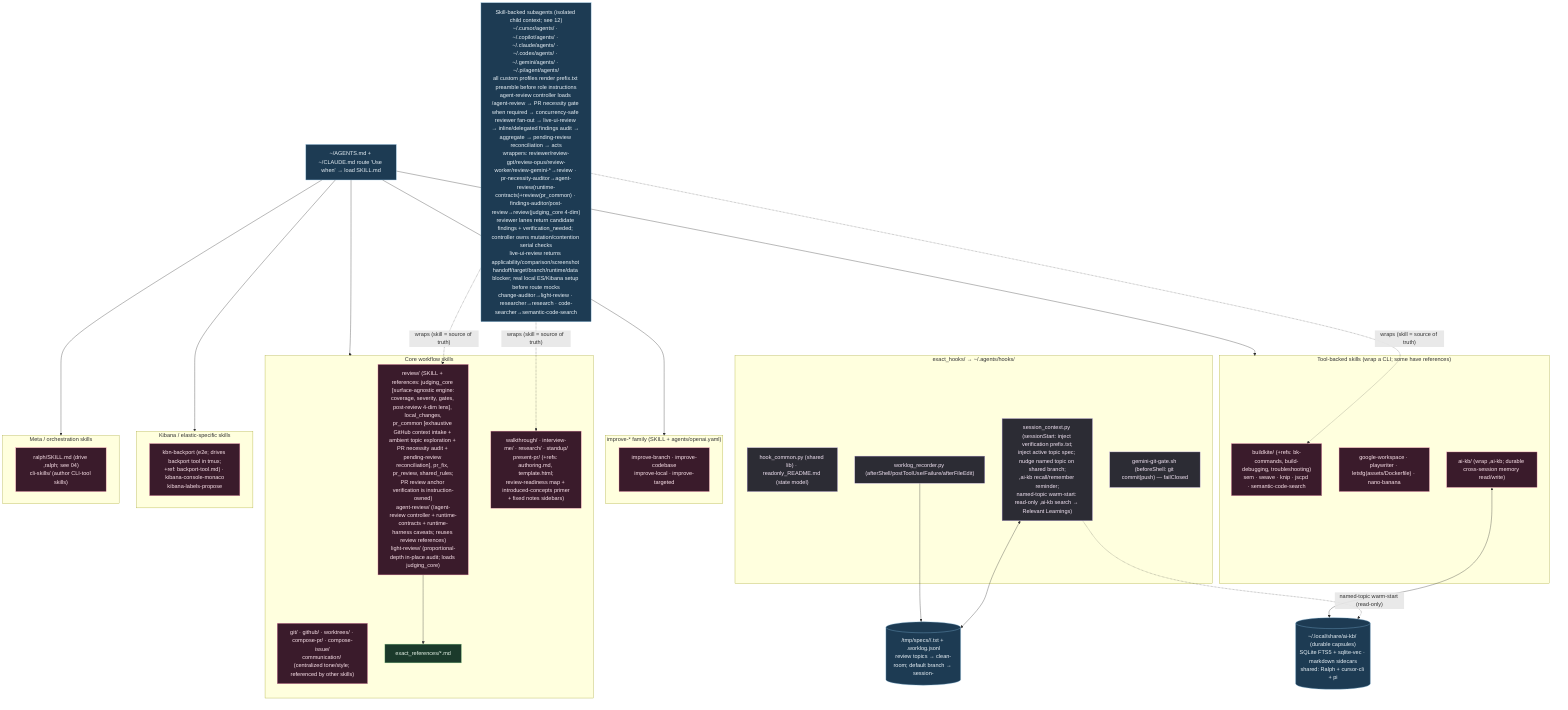
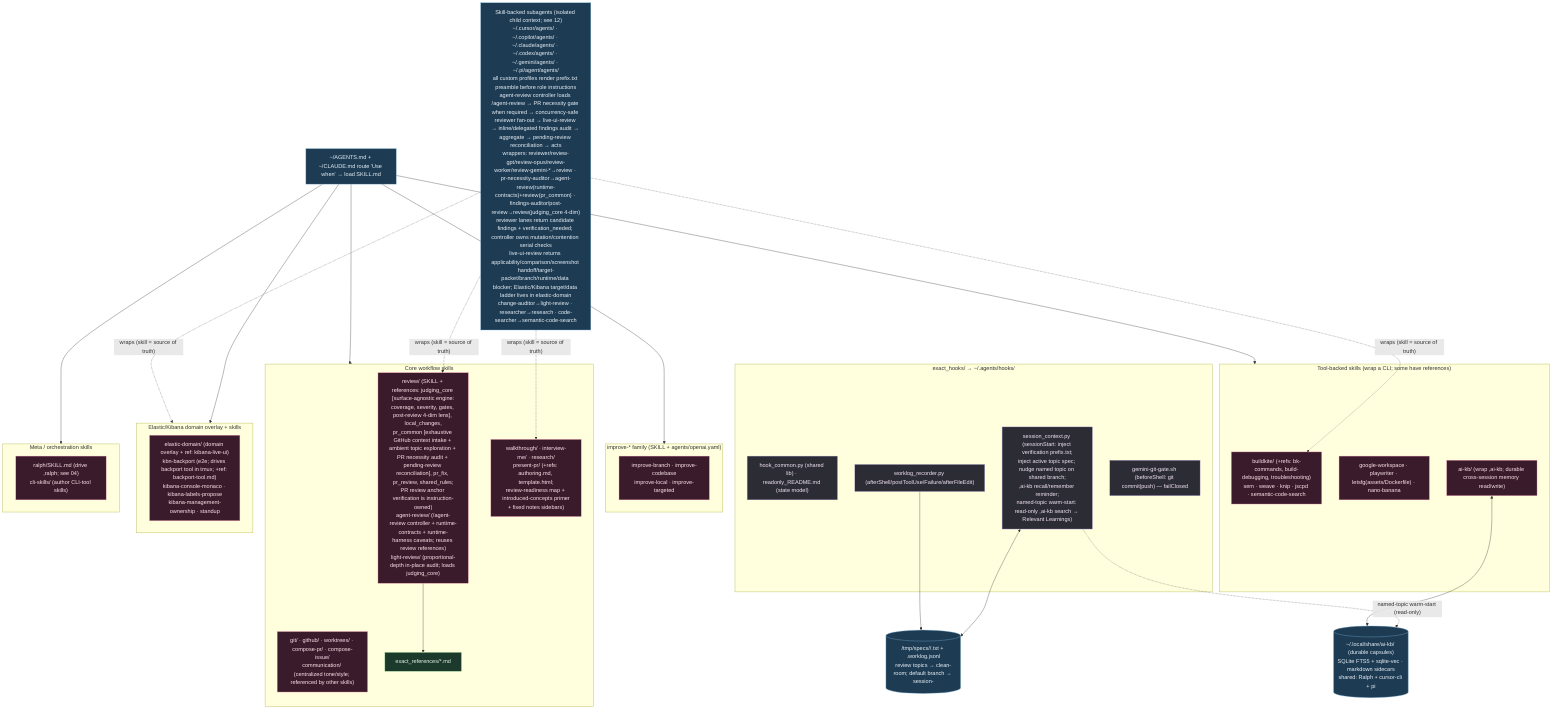
%% ============================================================================
- %% 03b-agent-skills-hooks.mmd — Every file under home/exact_dot_agents/ (61).
+ %% 03b-agent-skills-hooks.mmd — Every file under home/exact_dot_agents/ (63).
%% Skills → ~/.agents/skills/ (intent-routed SKILL.md). Shared hooks → ~/.agents/hooks/.
%% ============================================================================
flowchart TB
    classDef skill fill:#3a1b2b,stroke:#f48fb1,color:#fce4ec;
    classDef hook fill:#2c2c34,stroke:#b39ddb,color:#f3e5f5;
    classDef ref fill:#1b3a2b,stroke:#81c784,color:#e8f5e9;
    classDef data fill:#1d3b53,stroke:#7fb3d5,color:#eaf2f8;

    subgraph HOOKS["exact_hooks/ → ~/.agents/hooks/"]
        HC["hook_common.py (shared lib) · readonly_README.md (state model)"]:::hook
        SCx["session_context.py (sessionStart: inject verification prefix.txt;<br/>inject active topic spec; nudge named topic on shared branch;<br/>,ai-kb recall/remember reminder;<br/>named-topic warm-start: read-only ,ai-kb search → Relevant Learnings)"]:::hook
        WLx["worklog_recorder.py (afterShell/postToolUse/Failure/afterFileEdit)"]:::hook
        GG["gemini-git-gate.sh (beforeShell: git commit|push) — failClosed"]:::hook
    end

    MEM[("/tmp/specs/<pwd>/<topic>.txt + .worklog.jsonl<br/>review topics → clean-room; default branch → session-<id>")]:::data
    SCx <--> MEM
    WLx --> MEM

    KBDB[("~/.local/share/ai-kb/ (durable capsules)<br/>SQLite FTS5 + sqlite-vec · markdown sidecars<br/>shared: Ralph + cursor-cli + pi")]:::data
    SCx -. "named-topic warm-start (read-only)" .-> KBDB

    subgraph CORE["Core workflow skills"]
        S1["review/ (SKILL + references: judging_core [surface-agnostic engine:<br/>coverage, severity, gates, post-review 4-dim lens], local_changes,<br/>pr_common [exhaustive GitHub context intake + ambient topic exploration + PR necessity audit + pending-review reconciliation], pr_fix, pr_review, shared_rules;<br/>PR review anchor verification is instruction-owned)<br/>agent-review/ (/agent-review controller + runtime-contracts + runtime-harness caveats; reuses review references)<br/>light-review/ (proportional-depth in-place audit; loads judging_core)"]:::skill
        S2["git/ · github/ · worktrees/ · compose-pr/ · compose-issue/<br/>communication/ (centralized tone/style; referenced by other skills)"]:::skill
-         S3["walkthrough/ · interview-me/ · research/ · standup/<br/>present-pr/ (+refs: authoring.md, template.html;<br/>review-readiness map + introduced-concepts primer<br/>+ fixed notes sidebars)"]:::skill
+         S3["walkthrough/ · interview-me/ · research/<br/>present-pr/ (+refs: authoring.md, template.html;<br/>review-readiness map + introduced-concepts primer<br/>+ fixed notes sidebars)"]:::skill
        S1 --> R1["exact_references/*.md"]:::ref
    end

    subgraph IMPROVE["improve-* family (SKILL + agents/openai.yaml)"]
        S4["improve-branch · improve-codebase<br/>improve-local · improve-targeted"]:::skill
    end

    subgraph TOOLS["Tool-backed skills (wrap a CLI; some have references)"]
        S5["buildkite/ (+refs: bk-commands, build-debugging, troubleshooting)<br/>sem · weave · knip · jscpd · semantic-code-search"]:::skill
        S6["google-workspace · playwriter · letsfg(assets/Dockerfile) · nano-banana"]:::skill
        S7["ai-kb/ (wrap ,ai-kb; durable cross-session memory read/write)"]:::skill
    end

-     subgraph KBN["Kibana / elastic-specific skills"]
-         S8["kbn-backport (e2e; drives backport tool in tmux;<br/>+ref: backport-tool.md) · kibana-console-monaco<br/>kibana-labels-propose"]:::skill
+     subgraph KBN["Elastic/Kibana domain overlay + skills"]
+         S8["elastic-domain/ (domain overlay + ref: kibana-live-ui)<br/>kbn-backport (e2e; drives backport tool in tmux; +ref: backport-tool.md)<br/>kibana-console-monaco · kibana-labels-propose<br/>kibana-management-ownership · standup"]:::skill
    end

    subgraph META["Meta / orchestration skills"]
        S9["ralph/SKILL.md (drive ,ralph; see 04)<br/>cli-skills/ (author CLI-tool skills)"]:::skill
    end

    SOPS["~/AGENTS.md + ~/CLAUDE.md route 'Use when' → load SKILL.md"]:::data
    SOPS --> CORE & IMPROVE & TOOLS & KBN & META
    S7 <--> KBDB

-     SUBA["Skill-backed subagents (isolated child context; see 12)<br/>~/.cursor/agents/ · ~/.copilot/agents/ · ~/.claude/agents/ · ~/.codex/agents/ · ~/.gemini/agents/ · ~/.pi/agent/agents/<br/>all custom profiles render prefix.txt preamble before role instructions<br/>agent-review controller loads /agent-review → PR necessity gate when required → concurrency-safe reviewer fan-out → live-ui-review → inline/delegated findings audit → aggregate → pending-review reconciliation → acts<br/>wrappers: reviewer/review-gpt/review-opus/review-worker/review-gemini-*→review · pr-necessity-auditor→agent-review(runtime-contracts)+review(pr_common) · findings-auditor/post-review→review(judging_core 4-dim)<br/>reviewer lanes return candidate findings + verification_needed; controller owns mutation/contention serial checks<br/>live-ui-review returns applicability/comparison/screenshot handoff/target/branch/runtime/data blocker; real local ES/Kibana setup before route mocks<br/>change-auditor→light-review · researcher→research · code-searcher→semantic-code-search"]:::data
-     SUBA -.->|"wraps (skill = source of truth)"| S1 & S3 & S5
+     SUBA["Skill-backed subagents (isolated child context; see 12)<br/>~/.cursor/agents/ · ~/.copilot/agents/ · ~/.claude/agents/ · ~/.codex/agents/ · ~/.gemini/agents/ · ~/.pi/agent/agents/<br/>all custom profiles render prefix.txt preamble before role instructions<br/>agent-review controller loads /agent-review → PR necessity gate when required → concurrency-safe reviewer fan-out → live-ui-review → inline/delegated findings audit → aggregate → pending-review reconciliation → acts<br/>wrappers: reviewer/review-gpt/review-opus/review-worker/review-gemini-*→review · pr-necessity-auditor→agent-review(runtime-contracts)+review(pr_common) · findings-auditor/post-review→review(judging_core 4-dim)<br/>reviewer lanes return candidate findings + verification_needed; controller owns mutation/contention serial checks<br/>live-ui-review returns applicability/comparison/screenshot handoff/target-packet/branch/runtime/data blocker; Elastic/Kibana target/data ladder lives in elastic-domain<br/>change-auditor→light-review · researcher→research · code-searcher→semantic-code-search"]:::data
+     SUBA -.->|"wraps (skill = source of truth)"| S1 & S3 & S5 & KBN
